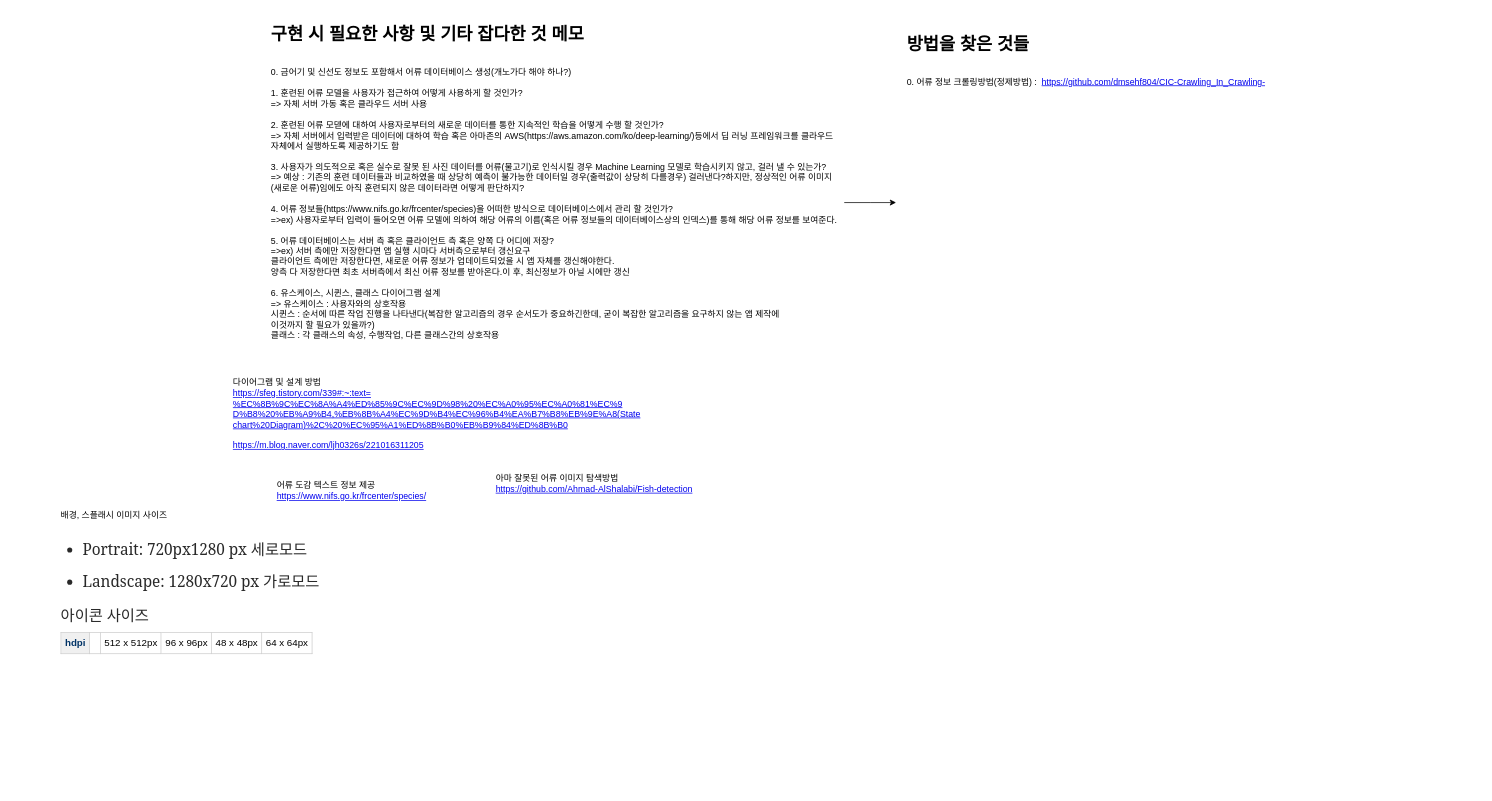
Above: page "메모" (1 of 4) of 설계/설계.drawio in 2021-KNU-Capstone-Team1/FishDic (draw.io), before the change. Source tidied: cells renumbered, new cells numbered last; positions are measured from the earlier drawing's top-left corner, leaving out a move shared by most shapes. Both pictures are drawn from the tidied source at 73%, with x=0, y=0 at pixel (59, 20).
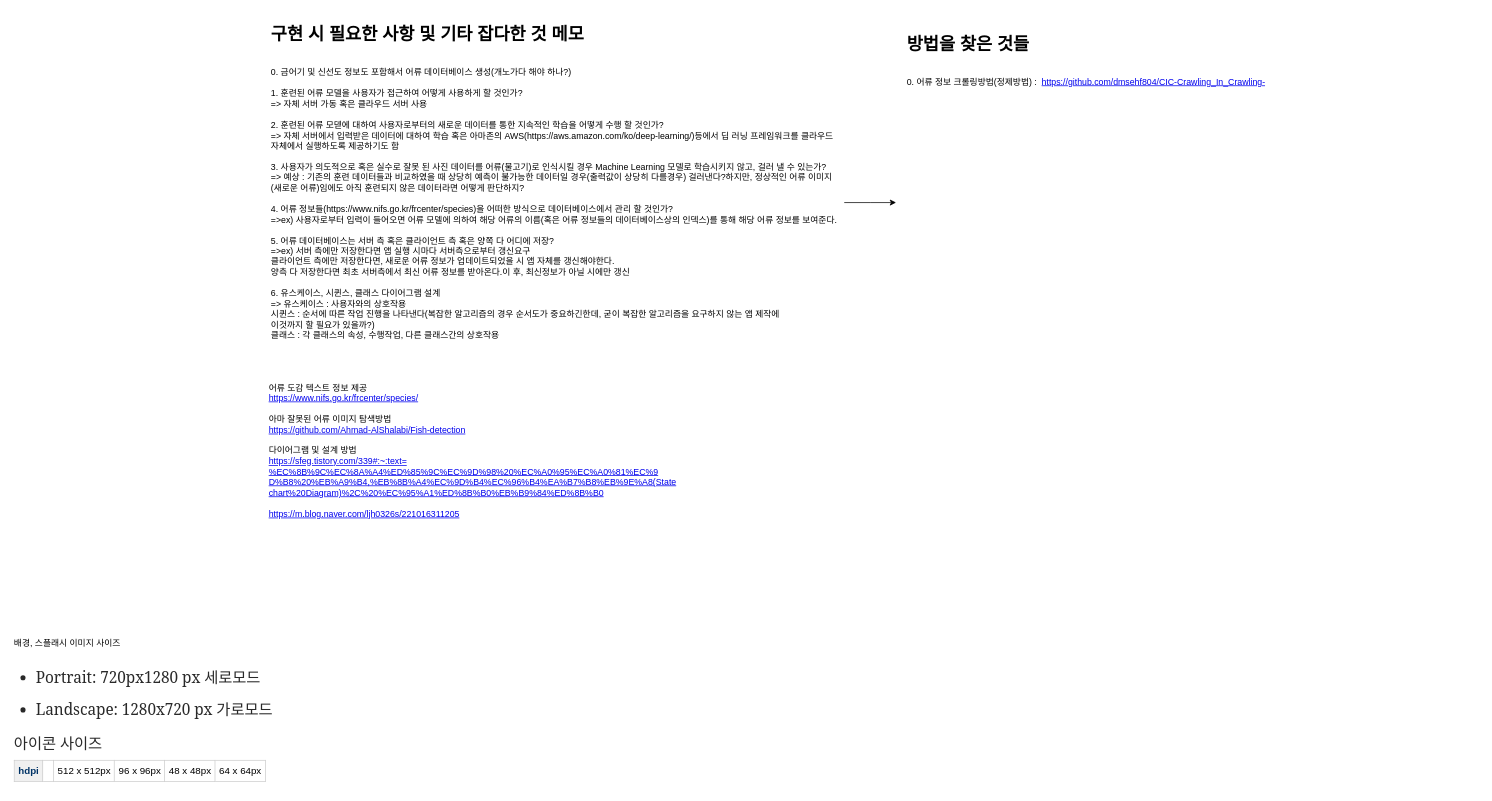
After the change.

What changed in the source:
```diff
@@
 <mxGraphModel>
   <root>
     <mxCell id="0" />
     <mxCell id="1" parent="0" />
     <mxCell id="2" style="edgeStyle=orthogonalEdgeStyle;rounded=0;jettySize=auto;html=1;" parent="1" edge="1" source="3">
       <mxGeometry relative="1" as="geometry">
         <mxPoint x="1146" y="250" as="targetPoint" />
       </mxGeometry>
     </mxCell>
     <mxCell id="3" value="&lt;h1&gt;구현 시 필요한 사항 및 기타 잡다한 것 메모&lt;/h1&gt;&lt;div&gt;&lt;strike&gt;&lt;br&gt;&lt;/strike&gt;&lt;/div&gt;&lt;div&gt;0. 금어기 및 신선도 정보도 포함해서 어류 데이터베이스 생성(개노가다 해야 하나?)&lt;/div&gt;&lt;div&gt;&lt;br&gt;&lt;/div&gt;&lt;div&gt;1. 훈련된 어류 모델을 사용자가 접근하여 어떻게 사용하게 할 것인가?&lt;/div&gt;&lt;div&gt;=&amp;gt; 자체 서버 가동 혹은 클라우드 서버 사용&lt;/div&gt;&lt;div&gt;&lt;br&gt;&lt;/div&gt;&lt;div&gt;2. 훈련된 어류 모덷에 대하여 사용자로부터의 새로운 데이터를 통한 지속적인 학습을 어떻게 수행 할 것인가?&lt;/div&gt;&lt;div&gt;=&amp;gt; 자체 서버에서 입력받은 데이터에 대하여 학습 혹은 아마존의 AWS(https://aws.amazon.com/ko/deep-learning/)등에서 딥 러닝 프레임워크를 클라우드 자체에서 실행하도록 제공하기도 함&lt;/div&gt;&lt;div&gt;&lt;br&gt;&lt;/div&gt;&lt;div&gt;3. 사용자가 의도적으로 혹은 실수로 잘못 된 사진 데이터를 어류(물고기)로 인식시킬 경우 Machine Learning 모델로 학습시키지 않고, 걸러 낼 수 있는가?&lt;/div&gt;&lt;div&gt;=&amp;gt; 예상 : 기존의 훈련 데이터들과 비교하였을 때 상당히 예측이 불가능한 데이터일 경우(출력값이 상당히 다를경우) 걸러낸다?하지만, 정상적인 어류 이미지(새로운 어류)임에도 아직 훈련되지 않은 데이터라면 어떻게 판단하지?&lt;/div&gt;&lt;div&gt;&lt;br&gt;&lt;/div&gt;&lt;div&gt;4. 어류 정보들(https://www.nifs.go.kr/frcenter/species)을 어떠한 방식으로 데이터베이스에서 관리 할 것인가?&lt;/div&gt;&lt;div&gt;=&amp;gt;ex) 사용자로부터 입력이 들어오면 어류 모델에 의하여 해당 어류의 이름(혹은 어류 정보들의 데이터베이스상의 인덱스)를 통해 해당 어류 정보를 보여준다.&lt;/div&gt;&lt;div&gt;&lt;br&gt;&lt;/div&gt;&lt;div&gt;5. 어류 데이터베이스는 서버 측 혹은 클라이언트 측 혹은 양쪽 다 어디에 저장?&lt;/div&gt;&lt;div&gt;=&amp;gt;ex) 서버 측에만 저장한다면 앱 실행 시마다 서버측으로부터 갱신요구&lt;/div&gt;&lt;div&gt;클라이언트 측에만 저장한다면, 새로운 어류 정보가 업데이트되었을 시 앱 자체를 갱신해야한다.&lt;/div&gt;&lt;div&gt;양측 다 저장한다면 최초 서버측에서 최신 어류 정보를 받아온다.이 후, 최신정보가 아닐 시에만 갱신&lt;/div&gt;&lt;div&gt;&lt;br&gt;&lt;/div&gt;&lt;div&gt;6. 유스케이스, 시퀸스, 클래스 다이어그램 설계&lt;/div&gt;&lt;div&gt;=&amp;gt; 유스케이스 : 사용자와의 상호작용&lt;/div&gt;&lt;div&gt;시퀸스 : 순서에 따른 작업 진행을 나타낸다(복잡한 알고리즘의 경우 순서도가 중요하긴한데, 굳이 복잡한 알고리즘을 요구하지 않는 앱 제작에&amp;nbsp;&lt;/div&gt;&lt;div&gt;이것까지 할 필요가 있을까?)&lt;/div&gt;&lt;div&gt;클래스 : 각 클래스의 속성, 수행작업, 다른 클래스간의 상호작용&lt;/div&gt;" style="text;html=1;strokeColor=none;fillColor=none;spacing=5;spacingTop=-20;whiteSpace=wrap;overflow=hidden;rounded=0;align=left;" parent="1" vertex="1">
       <mxGeometry x="285" width="790" height="500" as="geometry" />
     </mxCell>
-    <mxCell id="4" value="다이어그램 및 설계 방법&lt;br&gt;&lt;a href=&quot;https://sfeg.tistory.com/339#:~:text=%EC%8B%9C%EC%8A%A4%ED%85%9C%EC%9D%98%20%EC%A0%95%EC%A0%81%EC%9D%B8%20%EB%A9%B4,%EB%8B%A4%EC%9D%B4%EC%96%B4%EA%B7%B8%EB%9E%A8(Statechart%20Diagram)%2C%20%EC%95%A1%ED%8B%B0%EB%B9%84%ED%8B%B0&quot;&gt;https://sfeg.tistory.com/339#:~:text=&lt;br&gt;%EC%8B%9C%EC%8A%A4%ED%85%9C%EC%9D%98%20%EC%A0%95%EC%A0%81%EC%9&lt;br&gt;D%B8%20%EB%A9%B4,%EB%8B%A4%EC%9D%B4%EC%96%B4%EA%B7%B8%EB%9E%A8(State&lt;br&gt;chart%20Diagram)%2C%20%EC%95%A1%ED%8B%B0%EB%B9%84%ED%8B%B0&lt;/a&gt;&lt;br&gt;&lt;br&gt;&lt;a href=&quot;https://m.blog.naver.com/ljh0326s/221016311205&quot;&gt;https://m.blog.naver.com/ljh0326s/221016311205&lt;/a&gt;" style="text;html=1;strokeColor=none;fillColor=none;align=left;verticalAlign=middle;whiteSpace=wrap;rounded=0;" parent="1" vertex="1">
-      <mxGeometry x="236" y="460" width="630" height="160" as="geometry" />
+    <mxCell id="4" value="&lt;span&gt;어류 도감 텍스트 정보 제공&lt;/span&gt;&lt;br&gt;&lt;a href=&quot;https://www.nifs.go.kr/frcenter/species/&quot;&gt;https://www.nifs.go.kr/frcenter/species/&lt;/a&gt;&lt;br&gt;&lt;br&gt;&lt;span&gt;아마 잘못된 어류 이미지 탐색방법&lt;/span&gt;&lt;br&gt;&lt;a href=&quot;https://github.com/Ahmad-AlShalabi/Fish-detection&quot;&gt;https://github.com/Ahmad-AlShalabi/Fish-detection&lt;/a&gt;&lt;br&gt;&lt;br&gt;다이어그램 및 설계 방법&lt;br&gt;&lt;a href=&quot;https://sfeg.tistory.com/339#:~:text=%EC%8B%9C%EC%8A%A4%ED%85%9C%EC%9D%98%20%EC%A0%95%EC%A0%81%EC%9D%B8%20%EB%A9%B4,%EB%8B%A4%EC%9D%B4%EC%96%B4%EA%B7%B8%EB%9E%A8(Statechart%20Diagram)%2C%20%EC%95%A1%ED%8B%B0%EB%B9%84%ED%8B%B0&quot;&gt;https://sfeg.tistory.com/339#:~:text=&lt;br&gt;%EC%8B%9C%EC%8A%A4%ED%85%9C%EC%9D%98%20%EC%A0%95%EC%A0%81%EC%9&lt;br&gt;D%B8%20%EB%A9%B4,%EB%8B%A4%EC%9D%B4%EC%96%B4%EA%B7%B8%EB%9E%A8(State&lt;br&gt;chart%20Diagram)%2C%20%EC%95%A1%ED%8B%B0%EB%B9%84%ED%8B%B0&lt;/a&gt;&lt;br&gt;&lt;br&gt;&lt;a href=&quot;https://m.blog.naver.com/ljh0326s/221016311205&quot;&gt;https://m.blog.naver.com/ljh0326s/221016311205&lt;/a&gt;" style="text;html=1;strokeColor=none;fillColor=none;align=left;verticalAlign=middle;whiteSpace=wrap;rounded=0;" parent="1" vertex="1">
+      <mxGeometry x="285" y="480" width="681" height="220" as="geometry" />
     </mxCell>
-    <mxCell id="5" value="어류 도감 텍스트 정보 제공&lt;br&gt;&lt;a href=&quot;https://www.nifs.go.kr/frcenter/species/&quot;&gt;https://www.nifs.go.kr/frcenter/species/&lt;/a&gt;" style="text;html=1;align=left;verticalAlign=middle;" parent="1" vertex="1">
-      <mxGeometry x="296" y="630" width="220" height="30" as="geometry" />
-    </mxCell>
-    <mxCell id="6" value="아마 잘못된 어류 이미지 탐색방법&lt;br&gt;&lt;a href=&quot;https://github.com/Ahmad-AlShalabi/Fish-detection&quot;&gt;https://github.com/Ahmad-AlShalabi/Fish-detection&lt;/a&gt;" style="text;html=1;align=left;verticalAlign=middle;" parent="1" vertex="1">
-      <mxGeometry x="596" y="620" width="280" height="30" as="geometry" />
-    </mxCell>
     <mxCell id="7" value="&lt;h1&gt;방법을 찾은 것들&lt;/h1&gt;&lt;div&gt;&lt;br&gt;&lt;/div&gt;&lt;div&gt;0. 어류 정보 크롤링방법(정제방법) :&amp;nbsp; &lt;a href=&quot;https://github.com/dmsehf804/CIC-Crawling_In_Crawling-&quot;&gt;https://github.com/dmsehf804/CIC-Crawling_In_Crawling-&lt;/a&gt;&lt;/div&gt;" style="text;html=1;strokeColor=none;fillColor=none;spacing=5;spacingTop=-20;whiteSpace=wrap;overflow=hidden;rounded=0;align=left;" parent="1" vertex="1">
       <mxGeometry x="1156" y="13" width="790" height="500" as="geometry" />
     </mxCell>
     <mxCell id="8" value="배경, 스플래시 이미지 사이즈&amp;nbsp;&lt;br&gt;&lt;ul class=&quot;&quot; style=&quot;box-sizing: inherit ; margin: 0px ; padding: 0px ; list-style: none none ; color: rgba(0 , 0 , 0 , 0.8) ; font-family: , , &amp;#34;blinkmacsystemfont&amp;#34; , &amp;#34;segoe ui&amp;#34; , &amp;#34;roboto&amp;#34; , &amp;#34;oxygen&amp;#34; , &amp;#34;ubuntu&amp;#34; , &amp;#34;cantarell&amp;#34; , &amp;#34;open sans&amp;#34; , &amp;#34;helvetica neue&amp;#34; , sans-serif ; font-size: medium ; background-color: rgb(255 , 255 , 255)&quot;&gt;&lt;li id=&quot;1b01&quot; class=&quot;hk hl eb hm b fa ij ho hp fd ik hr hs ht il hv hw hx im hz ia ib in id ie if ig ih ii ey&quot; style=&quot;box-sizing: inherit ; color: rgb(41 , 41 , 41) ; line-height: 32px ; letter-spacing: -0.003em ; font-family: &amp;#34;charter&amp;#34; , &amp;#34;georgia&amp;#34; , &amp;#34;cambria&amp;#34; , &amp;#34;times new roman&amp;#34; , &amp;#34;times&amp;#34; , serif ; margin-bottom: -0.46em ; list-style-type: disc ; margin-left: 30px ; padding-left: 0px ; font-size: 21px ; margin-top: 1.05em&quot;&gt;Portrait: 720px1280 px 세로모드&lt;/li&gt;&lt;li id=&quot;e02c&quot; class=&quot;hk hl eb hm b fa ij ho hp fd ik hr hs ht il hv hw hx im hz ia ib in id ie if ig ih ii ey&quot; style=&quot;box-sizing: inherit ; color: rgb(41 , 41 , 41) ; line-height: 32px ; letter-spacing: -0.003em ; font-family: &amp;#34;charter&amp;#34; , &amp;#34;georgia&amp;#34; , &amp;#34;cambria&amp;#34; , &amp;#34;times new roman&amp;#34; , &amp;#34;times&amp;#34; , serif ; margin-bottom: -0.46em ; list-style-type: disc ; margin-left: 30px ; padding-left: 0px ; font-size: 21px ; margin-top: 1.05em&quot;&gt;Landscape: 1280x720 px 가로모드&lt;/li&gt;&lt;/ul&gt;&lt;div&gt;&lt;br&gt;&lt;/div&gt;&lt;div&gt;&lt;br&gt;&lt;/div&gt;&lt;div&gt;&lt;font color=&quot;#292929&quot; face=&quot;charter, georgia, cambria, times new roman, times, serif&quot;&gt;&lt;span style=&quot;font-size: 21px ; letter-spacing: -0.063px&quot;&gt;아이콘 사이즈&lt;/span&gt;&lt;/font&gt;&lt;/div&gt;&lt;div&gt;&lt;table class=&quot;confluenceTable&quot; style=&quot;box-sizing: inherit ; border: 1px solid rgb(218 , 220 , 224) ; border-collapse: collapse ; font-size: 13px ; font-family: &amp;#34;helvetica&amp;#34; , &amp;#34;arial&amp;#34; , sans-serif ; padding: 0px ; margin: 10px 0px ; line-height: 13pt ; background-color: rgb(255 , 255 , 255) ; text-indent: 0px&quot;&gt;&lt;tbody style=&quot;box-sizing: inherit&quot;&gt;&lt;tr style=&quot;box-sizing: inherit ; border-bottom: 1px solid rgb(218 , 220 , 224) ; font-size: 10pt ; line-height: 13pt&quot;&gt;&lt;th class=&quot;confluenceTh&quot; style=&quot;box-sizing: inherit ; padding: 5px ; border-width: 1px ; border-style: solid ; border-color: rgb(204 , 204 , 204) ; font-size: 10pt ; vertical-align: top ; color: rgb(0 , 51 , 102) ; text-align: left ; margin: 0px ; line-height: 13pt ; background-color: rgb(240 , 240 , 240)&quot;&gt;hdpi&lt;/th&gt;&lt;td class=&quot;confluenceTd&quot; style=&quot;box-sizing: inherit ; padding: 5px ; border-width: 1px ; border-style: solid ; border-color: rgb(204 , 204 , 204) ; font-size: 10pt ; vertical-align: top ; margin: 0px ; line-height: 13pt&quot;&gt;&amp;nbsp;&lt;/td&gt;&lt;td class=&quot;confluenceTd&quot; style=&quot;box-sizing: inherit ; padding: 5px ; border-width: 1px ; border-style: solid ; border-color: rgb(204 , 204 , 204) ; font-size: 10pt ; vertical-align: top ; margin: 0px ; line-height: 13pt&quot;&gt;512 x 512px&lt;/td&gt;&lt;td class=&quot;confluenceTd&quot; style=&quot;box-sizing: inherit ; padding: 5px ; border-width: 1px ; border-style: solid ; border-color: rgb(204 , 204 , 204) ; font-size: 10pt ; vertical-align: top ; margin: 0px ; line-height: 13pt&quot;&gt;96 x 96px&lt;/td&gt;&lt;td class=&quot;confluenceTd&quot; style=&quot;box-sizing: inherit ; padding: 5px ; border-width: 1px ; border-style: solid ; border-color: rgb(204 , 204 , 204) ; font-size: 10pt ; vertical-align: top ; margin: 0px ; line-height: 13pt&quot;&gt;48 x 48px&lt;/td&gt;&lt;td class=&quot;confluenceTd&quot; style=&quot;box-sizing: inherit ; padding: 5px ; border-width: 1px ; border-style: solid ; border-color: rgb(204 , 204 , 204) ; font-size: 10pt ; vertical-align: top ; margin: 0px ; line-height: 13pt&quot;&gt;64 x 64px&lt;/td&gt;&lt;/tr&gt;&lt;/tbody&gt;&lt;/table&gt;&lt;/div&gt;" style="text;html=1;align=left;verticalAlign=middle;" parent="1" vertex="1">
-      <mxGeometry y="675" width="360" height="200" as="geometry" />
+      <mxGeometry x="-64" y="850" width="360" height="200" as="geometry" />
     </mxCell>
   </root>
 </mxGraphModel>
```
